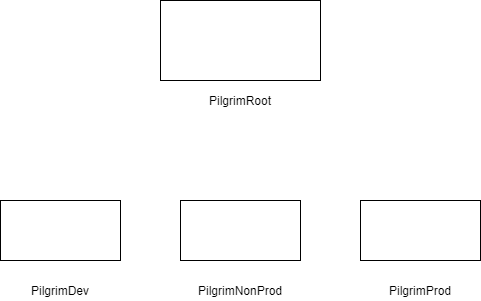
Earlier version of the draw.io export Pilgrim AWS Accounts.png (angushirose/aws_academy). Source tidied: cells renumbered, new cells last; positions are measured from the earlier drawing's top-left corner, leaving out a move shared by most shapes.
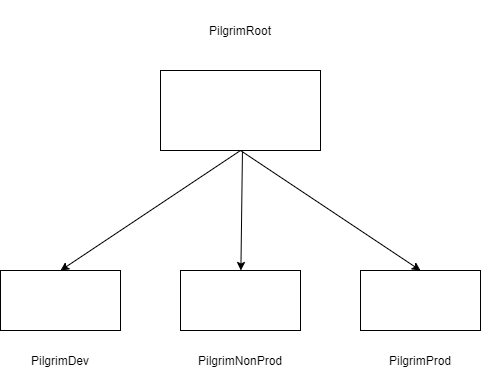
Above is the later version.

Diff of the diagram source:
```diff
@@ -2,15 +2,12 @@
   <root>
     <mxCell id="0" />
     <mxCell id="1" parent="0" />
-    <mxCell id="2" style="group;" parent="1" vertex="1">
+    <mxCell id="2" style="group;fontStyle=4;" parent="1" vertex="1">
       <mxGeometry x="160" width="160" height="130" as="geometry" />
     </mxCell>
     <mxCell id="3" style="rounded=0;whiteSpace=wrap;html=1;" parent="2" vertex="1">
       <mxGeometry width="160" height="80" as="geometry" />
     </mxCell>
-    <mxCell id="4" value="PilgrimRoot" style="text;html=1;strokeColor=none;fillColor=none;align=center;verticalAlign=middle;whiteSpace=wrap;rounded=0;" parent="2" vertex="1">
-      <mxGeometry x="20" y="70" width="120" height="60" as="geometry" />
-    </mxCell>
     <mxCell id="5" style="group;" parent="1" vertex="1">
       <mxGeometry y="200" width="120" height="100" as="geometry" />
     </mxCell>
@@ -38,5 +35,23 @@
     <mxCell id="13" value="PilgrimNonProd" style="text;html=1;strokeColor=none;fillColor=none;align=center;verticalAlign=middle;whiteSpace=wrap;rounded=0;" parent="11" vertex="1">
       <mxGeometry x="40" y="80" width="40" height="20" as="geometry" />
     </mxCell>
+    <mxCell id="14" style="endArrow=classic;html=1;entryX=0.5;entryY=0;entryDx=0;entryDy=0;" parent="1" edge="1" target="6">
+      <mxGeometry relative="1" as="geometry">
+        <mxPoint x="240" y="80" as="sourcePoint" />
+      </mxGeometry>
+    </mxCell>
+    <mxCell id="15" style="endArrow=classic;html=1;exitX=0.433;exitY=0.017;exitDx=0;exitDy=0;exitPerimeter=0;" parent="1" edge="1" target="12">
+      <mxGeometry relative="1" as="geometry">
+        <mxPoint x="242" y="81" as="sourcePoint" />
+      </mxGeometry>
+    </mxCell>
+    <mxCell id="16" style="endArrow=classic;html=1;entryX=0.5;entryY=0;entryDx=0;entryDy=0;" parent="1" edge="1" target="9">
+      <mxGeometry relative="1" as="geometry">
+        <mxPoint x="240" y="80" as="sourcePoint" />
+      </mxGeometry>
+    </mxCell>
+    <mxCell id="4" value="PilgrimRoot" style="text;html=1;strokeColor=none;fillColor=none;align=center;verticalAlign=middle;whiteSpace=wrap;rounded=0;" parent="1" vertex="1">
+      <mxGeometry x="180" y="-70" width="120" height="60" as="geometry" />
+    </mxCell>
   </root>
 </mxGraphModel>
```
